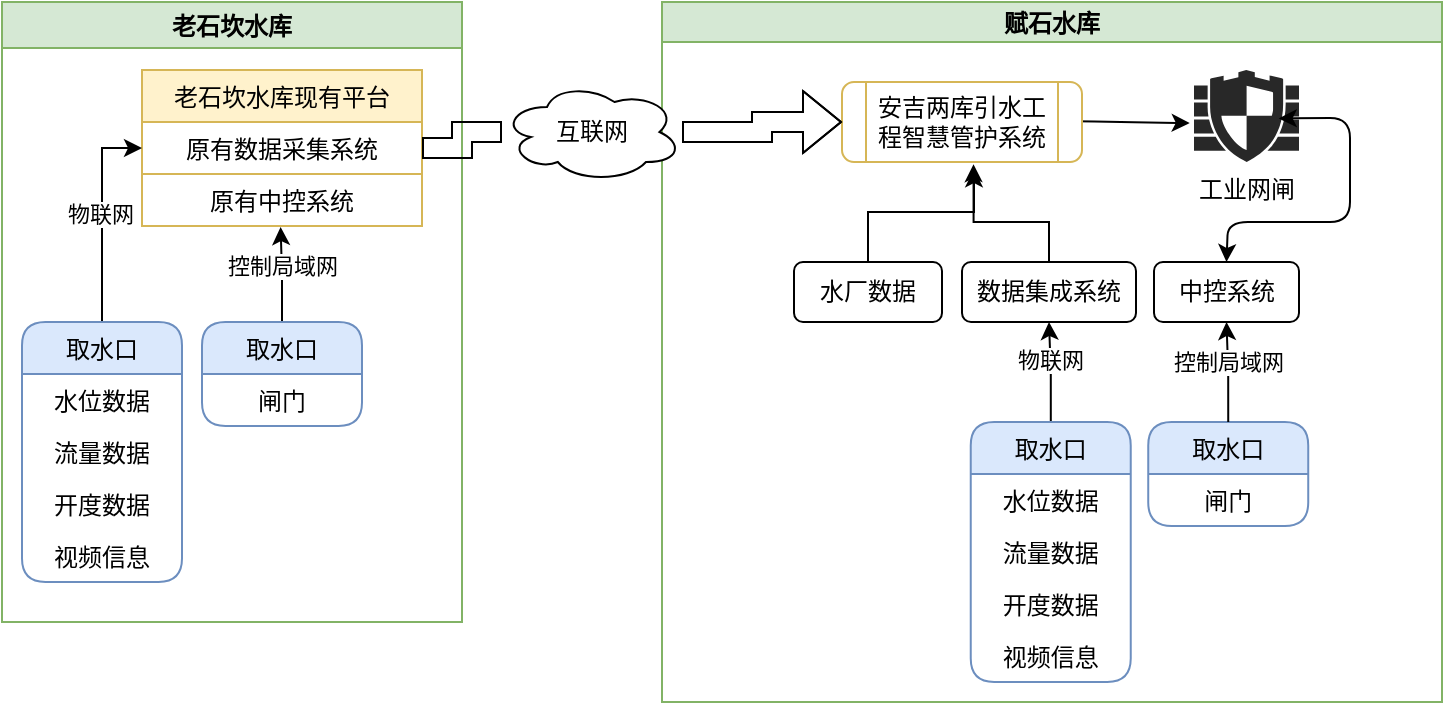
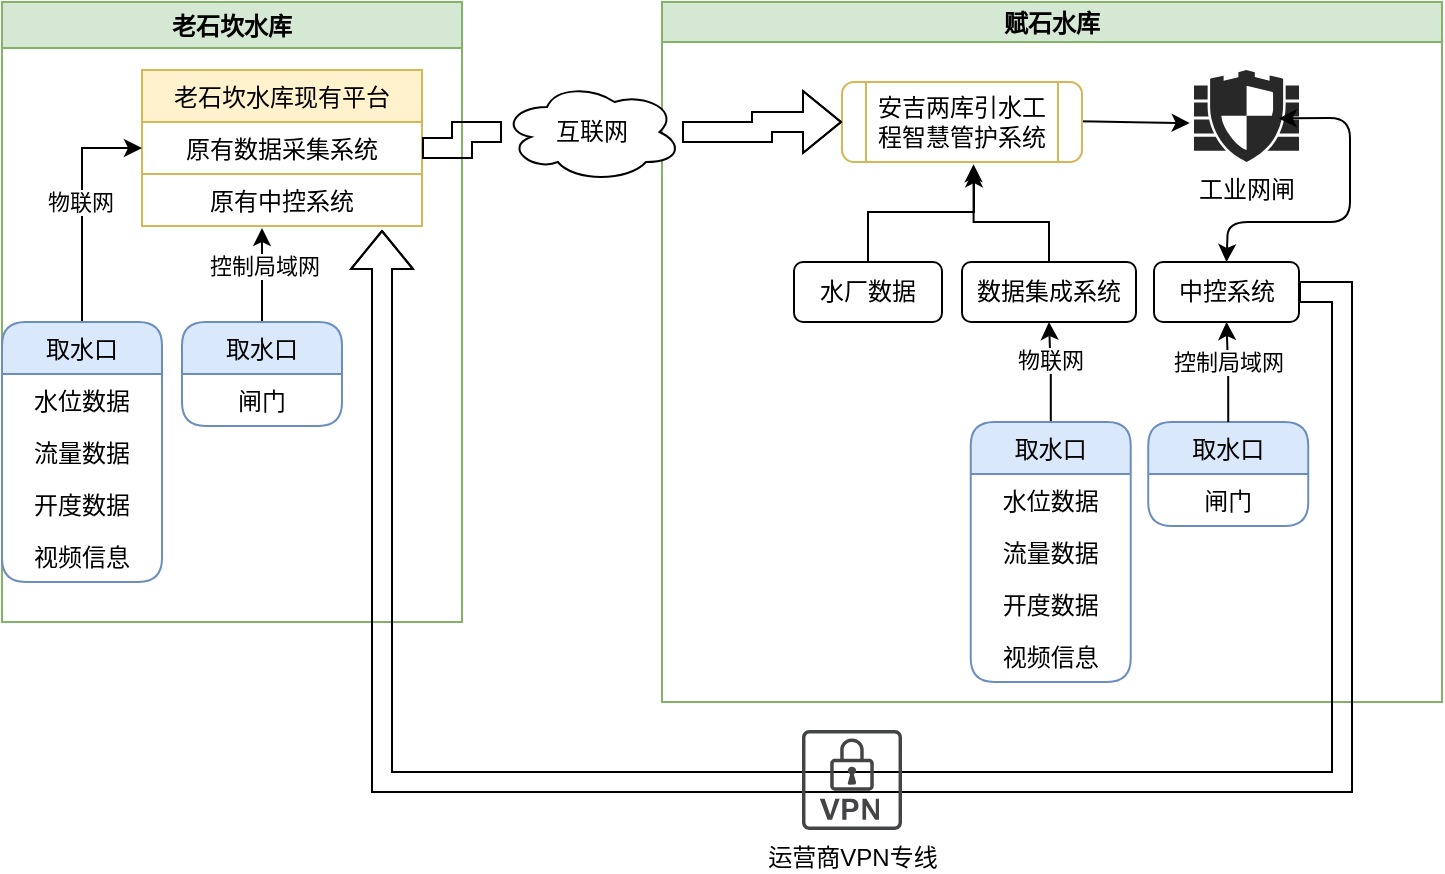
- <mxfile host="app.diagrams.net" modified="2021-09-18T05:45:09.863Z" agent="5.0 (Windows NT 10.0; Win64; x64) AppleWebKit/537.36 (KHTML, like Gecko) Chrome/93.0.4577.82 Safari/537.36 Edg/93.0.961.52" etag="7y-7q9VRdvFOwpdavUjz" version="14.8.0" type="github">
+ <mxfile host="app.diagrams.net" modified="2021-09-18T05:51:11.184Z" agent="5.0 (Windows NT 10.0; Win64; x64) AppleWebKit/537.36 (KHTML, like Gecko) Chrome/93.0.4577.82 Safari/537.36 Edg/93.0.961.52" etag="nE6zg3jwfOT10ObgcTVN" version="14.8.0" type="github">
  <diagram id="v89iMYd2DjBNGdAJLiYk" name="Page-1">
-     <mxGraphModel dx="683" dy="363" grid="1" gridSize="10" guides="1" tooltips="1" connect="1" arrows="1" fold="1" page="1" pageScale="1" pageWidth="827" pageHeight="1169" math="0" shadow="0">
+     <mxGraphModel dx="964" dy="513" grid="1" gridSize="10" guides="1" tooltips="1" connect="1" arrows="1" fold="1" page="1" pageScale="1" pageWidth="827" pageHeight="1169" math="0" shadow="0">
      <root>
        <mxCell id="0" />
        <mxCell id="1" parent="0" />
        <mxCell id="1meufm5pPCAuNKvldUBH-1" value="老石坎水库" style="swimlane;fillColor=#d5e8d4;strokeColor=#82b366;" parent="1" vertex="1">
          <mxGeometry x="60" y="130" width="230" height="310" as="geometry">
            <mxRectangle x="150" y="130" width="90" height="23" as="alternateBounds" />
          </mxGeometry>
        </mxCell>
        <mxCell id="rkCiEfMvTKPaeprXMYrk-80" value="老石坎水库现有平台" style="swimlane;fontStyle=0;childLayout=stackLayout;horizontal=1;startSize=26;horizontalStack=0;resizeParent=1;resizeParentMax=0;resizeLast=0;collapsible=1;marginBottom=0;swimlaneLine=1;rounded=0;shadow=0;sketch=0;glass=0;swimlaneFillColor=none;fillColor=#fff2cc;strokeColor=#d6b656;" vertex="1" parent="1meufm5pPCAuNKvldUBH-1">
          <mxGeometry x="70" y="34" width="140" height="78" as="geometry">
            <mxRectangle x="108.75" y="220" width="70" height="26" as="alternateBounds" />
          </mxGeometry>
        </mxCell>
        <mxCell id="rkCiEfMvTKPaeprXMYrk-81" value="原有数据采集系统" style="text;fillColor=none;align=center;verticalAlign=top;spacingLeft=4;spacingRight=4;overflow=hidden;rotatable=0;points=[[0,0.5],[1,0.5]];portConstraint=eastwest;rounded=0;glass=0;shadow=0;strokeColor=#D6B656;" vertex="1" parent="rkCiEfMvTKPaeprXMYrk-80">
          <mxGeometry y="26" width="140" height="26" as="geometry" />
        </mxCell>
        <mxCell id="rkCiEfMvTKPaeprXMYrk-82" value="原有中控系统" style="text;fillColor=none;align=center;verticalAlign=top;spacingLeft=4;spacingRight=4;overflow=hidden;rotatable=0;points=[[0,0.5],[1,0.5]];portConstraint=eastwest;imageAspect=1;" vertex="1" parent="rkCiEfMvTKPaeprXMYrk-80">
          <mxGeometry y="52" width="140" height="26" as="geometry" />
        </mxCell>
        <mxCell id="rkCiEfMvTKPaeprXMYrk-88" style="edgeStyle=orthogonalEdgeStyle;rounded=0;orthogonalLoop=1;jettySize=auto;html=1;entryX=0;entryY=0.5;entryDx=0;entryDy=0;" edge="1" parent="1meufm5pPCAuNKvldUBH-1" source="rkCiEfMvTKPaeprXMYrk-75" target="rkCiEfMvTKPaeprXMYrk-81">
          <mxGeometry relative="1" as="geometry" />
        </mxCell>
        <mxCell id="rkCiEfMvTKPaeprXMYrk-95" value="物联网" style="edgeLabel;html=1;align=center;verticalAlign=middle;resizable=0;points=[];" vertex="1" connectable="0" parent="rkCiEfMvTKPaeprXMYrk-88">
          <mxGeometry x="0.0218" y="1" relative="1" as="geometry">
            <mxPoint as="offset" />
          </mxGeometry>
        </mxCell>
        <mxCell id="rkCiEfMvTKPaeprXMYrk-75" value="取水口" style="swimlane;fontStyle=0;childLayout=stackLayout;horizontal=1;startSize=26;horizontalStack=0;resizeParent=1;resizeParentMax=0;resizeLast=0;collapsible=1;marginBottom=0;swimlaneLine=1;rounded=1;shadow=0;sketch=0;glass=0;swimlaneFillColor=none;fillColor=#dae8fc;strokeColor=#6c8ebf;" vertex="1" parent="1meufm5pPCAuNKvldUBH-1">
-           <mxGeometry x="10" y="160" width="80" height="130" as="geometry">
+           <mxGeometry y="160" width="80" height="130" as="geometry">
            <mxRectangle x="400" y="410" width="70" height="26" as="alternateBounds" />
          </mxGeometry>
        </mxCell>
        <mxCell id="rkCiEfMvTKPaeprXMYrk-76" value="水位数据" style="text;strokeColor=none;fillColor=none;align=center;verticalAlign=top;spacingLeft=4;spacingRight=4;overflow=hidden;rotatable=0;points=[[0,0.5],[1,0.5]];portConstraint=eastwest;" vertex="1" parent="rkCiEfMvTKPaeprXMYrk-75">
          <mxGeometry y="26" width="80" height="26" as="geometry" />
        </mxCell>
        <mxCell id="rkCiEfMvTKPaeprXMYrk-77" value="流量数据" style="text;strokeColor=none;fillColor=none;align=center;verticalAlign=top;spacingLeft=4;spacingRight=4;overflow=hidden;rotatable=0;points=[[0,0.5],[1,0.5]];portConstraint=eastwest;" vertex="1" parent="rkCiEfMvTKPaeprXMYrk-75">
          <mxGeometry y="52" width="80" height="26" as="geometry" />
        </mxCell>
        <mxCell id="rkCiEfMvTKPaeprXMYrk-78" value="开度数据" style="text;strokeColor=none;fillColor=none;align=center;verticalAlign=top;spacingLeft=4;spacingRight=4;overflow=hidden;rotatable=0;points=[[0,0.5],[1,0.5]];portConstraint=eastwest;" vertex="1" parent="rkCiEfMvTKPaeprXMYrk-75">
          <mxGeometry y="78" width="80" height="26" as="geometry" />
        </mxCell>
        <mxCell id="rkCiEfMvTKPaeprXMYrk-79" value="视频信息" style="text;strokeColor=none;fillColor=none;align=center;verticalAlign=top;spacingLeft=4;spacingRight=4;overflow=hidden;rotatable=0;points=[[0,0.5],[1,0.5]];portConstraint=eastwest;" vertex="1" parent="rkCiEfMvTKPaeprXMYrk-75">
          <mxGeometry y="104" width="80" height="26" as="geometry" />
        </mxCell>
-         <mxCell id="rkCiEfMvTKPaeprXMYrk-87" style="edgeStyle=orthogonalEdgeStyle;rounded=0;orthogonalLoop=1;jettySize=auto;html=1;entryX=0.495;entryY=1.021;entryDx=0;entryDy=0;entryPerimeter=0;" edge="1" parent="1meufm5pPCAuNKvldUBH-1" source="rkCiEfMvTKPaeprXMYrk-73" target="rkCiEfMvTKPaeprXMYrk-82">
-           <mxGeometry relative="1" as="geometry" />
+         <mxCell id="rkCiEfMvTKPaeprXMYrk-87" style="edgeStyle=orthogonalEdgeStyle;rounded=0;orthogonalLoop=1;jettySize=auto;html=1;" edge="1" parent="1meufm5pPCAuNKvldUBH-1" source="rkCiEfMvTKPaeprXMYrk-73">
+           <mxGeometry relative="1" as="geometry">
+             <mxPoint x="130" y="113" as="targetPoint" />
+           </mxGeometry>
        </mxCell>
        <mxCell id="rkCiEfMvTKPaeprXMYrk-97" value="控制局域网" style="edgeLabel;html=1;align=center;verticalAlign=middle;resizable=0;points=[];" vertex="1" connectable="0" parent="rkCiEfMvTKPaeprXMYrk-87">
          <mxGeometry x="0.205" relative="1" as="geometry">
            <mxPoint as="offset" />
          </mxGeometry>
        </mxCell>
        <mxCell id="rkCiEfMvTKPaeprXMYrk-73" value="取水口" style="swimlane;fontStyle=0;childLayout=stackLayout;horizontal=1;startSize=26;horizontalStack=0;resizeParent=1;resizeParentMax=0;resizeLast=0;collapsible=1;marginBottom=0;swimlaneLine=1;rounded=1;shadow=0;sketch=0;glass=0;swimlaneFillColor=none;fillColor=#dae8fc;strokeColor=#6c8ebf;" vertex="1" parent="1meufm5pPCAuNKvldUBH-1">
-           <mxGeometry x="100" y="160" width="80" height="52" as="geometry">
+           <mxGeometry x="90" y="160" width="80" height="52" as="geometry">
            <mxRectangle x="400" y="410" width="70" height="26" as="alternateBounds" />
          </mxGeometry>
        </mxCell>
        <mxCell id="rkCiEfMvTKPaeprXMYrk-74" value="闸门" style="text;strokeColor=none;fillColor=none;align=center;verticalAlign=top;spacingLeft=4;spacingRight=4;overflow=hidden;rotatable=0;points=[[0,0.5],[1,0.5]];portConstraint=eastwest;" vertex="1" parent="rkCiEfMvTKPaeprXMYrk-73">
          <mxGeometry y="26" width="80" height="26" as="geometry" />
        </mxCell>
        <mxCell id="1meufm5pPCAuNKvldUBH-6" value="赋石水库" style="swimlane;startSize=20;horizontal=1;containerType=tree;newEdgeStyle={&quot;edgeStyle&quot;:&quot;elbowEdgeStyle&quot;,&quot;startArrow&quot;:&quot;none&quot;,&quot;endArrow&quot;:&quot;none&quot;};fillColor=#d5e8d4;strokeColor=#82b366;" parent="1" vertex="1">
          <mxGeometry x="390" y="130" width="390" height="350" as="geometry" />
        </mxCell>
        <mxCell id="1meufm5pPCAuNKvldUBH-12" value="中控系统" style="rounded=1;whiteSpace=wrap;html=1;" parent="1meufm5pPCAuNKvldUBH-6" vertex="1">
          <mxGeometry x="246" y="130" width="72.5" height="30" as="geometry" />
        </mxCell>
        <mxCell id="rkCiEfMvTKPaeprXMYrk-26" value="工业网闸" style="verticalLabelPosition=bottom;html=1;fillColor=#282828;strokeColor=none;verticalAlign=top;pointerEvents=1;align=center;shape=mxgraph.cisco_safe.security_icons.ngfw;sketch=0;" vertex="1" parent="1meufm5pPCAuNKvldUBH-6">
          <mxGeometry x="266" y="34" width="52.5" height="46" as="geometry" />
        </mxCell>
        <mxCell id="rkCiEfMvTKPaeprXMYrk-32" value="" style="endArrow=classic;startArrow=classic;html=1;entryX=-0.041;entryY=0.577;entryDx=0;entryDy=0;entryPerimeter=0;" edge="1" parent="1meufm5pPCAuNKvldUBH-6" target="rkCiEfMvTKPaeprXMYrk-26">
          <mxGeometry width="50" height="50" relative="1" as="geometry">
            <mxPoint x="200" y="59.5" as="sourcePoint" />
            <mxPoint x="246" y="40" as="targetPoint" />
            <Array as="points">
              <mxPoint x="226" y="60" />
            </Array>
          </mxGeometry>
        </mxCell>
        <mxCell id="rkCiEfMvTKPaeprXMYrk-33" value="" style="endArrow=classic;startArrow=classic;html=1;jumpSize=6;entryX=0.807;entryY=0.526;entryDx=0;entryDy=0;entryPerimeter=0;exitX=0.5;exitY=0;exitDx=0;exitDy=0;" edge="1" parent="1meufm5pPCAuNKvldUBH-6" source="1meufm5pPCAuNKvldUBH-12" target="rkCiEfMvTKPaeprXMYrk-26">
          <mxGeometry width="50" height="50" relative="1" as="geometry">
            <mxPoint x="242.25" y="194.5" as="sourcePoint" />
            <mxPoint x="301" y="100" as="targetPoint" />
            <Array as="points">
              <mxPoint x="283" y="110" />
              <mxPoint x="344" y="110" />
              <mxPoint x="344" y="58" />
            </Array>
          </mxGeometry>
        </mxCell>
        <mxCell id="rkCiEfMvTKPaeprXMYrk-6" value="取水口" style="swimlane;fontStyle=0;childLayout=stackLayout;horizontal=1;startSize=26;horizontalStack=0;resizeParent=1;resizeParentMax=0;resizeLast=0;collapsible=1;marginBottom=0;swimlaneLine=1;rounded=1;shadow=0;sketch=0;glass=0;swimlaneFillColor=none;fillColor=#dae8fc;strokeColor=#6c8ebf;" vertex="1" parent="1meufm5pPCAuNKvldUBH-6">
          <mxGeometry x="243.12" y="210" width="80" height="52" as="geometry">
            <mxRectangle x="400" y="410" width="70" height="26" as="alternateBounds" />
          </mxGeometry>
        </mxCell>
        <mxCell id="rkCiEfMvTKPaeprXMYrk-7" value="闸门" style="text;strokeColor=none;fillColor=none;align=center;verticalAlign=top;spacingLeft=4;spacingRight=4;overflow=hidden;rotatable=0;points=[[0,0.5],[1,0.5]];portConstraint=eastwest;" vertex="1" parent="rkCiEfMvTKPaeprXMYrk-6">
          <mxGeometry y="26" width="80" height="26" as="geometry" />
        </mxCell>
        <mxCell id="rkCiEfMvTKPaeprXMYrk-11" value="" style="edgeStyle=orthogonalEdgeStyle;rounded=0;orthogonalLoop=1;jettySize=auto;html=1;exitX=0.5;exitY=0;exitDx=0;exitDy=0;" edge="1" parent="1meufm5pPCAuNKvldUBH-6" source="rkCiEfMvTKPaeprXMYrk-6" target="1meufm5pPCAuNKvldUBH-12">
          <mxGeometry relative="1" as="geometry">
            <Array as="points" />
          </mxGeometry>
        </mxCell>
        <mxCell id="rkCiEfMvTKPaeprXMYrk-13" value="控制局域网" style="edgeLabel;html=1;align=center;verticalAlign=middle;resizable=0;points=[];" vertex="1" connectable="0" parent="rkCiEfMvTKPaeprXMYrk-11">
          <mxGeometry x="0.2444" relative="1" as="geometry">
            <mxPoint as="offset" />
          </mxGeometry>
        </mxCell>
        <mxCell id="rkCiEfMvTKPaeprXMYrk-67" style="edgeStyle=orthogonalEdgeStyle;rounded=0;orthogonalLoop=1;jettySize=auto;html=1;entryX=0.5;entryY=1;entryDx=0;entryDy=0;" edge="1" parent="1meufm5pPCAuNKvldUBH-6" source="1meufm5pPCAuNKvldUBH-21" target="rkCiEfMvTKPaeprXMYrk-45">
          <mxGeometry relative="1" as="geometry" />
        </mxCell>
        <mxCell id="rkCiEfMvTKPaeprXMYrk-69" value="物联网" style="edgeLabel;html=1;align=center;verticalAlign=middle;resizable=0;points=[];" vertex="1" connectable="0" parent="rkCiEfMvTKPaeprXMYrk-67">
          <mxGeometry x="0.2649" relative="1" as="geometry">
            <mxPoint as="offset" />
          </mxGeometry>
        </mxCell>
        <mxCell id="1meufm5pPCAuNKvldUBH-21" value="取水口" style="swimlane;fontStyle=0;childLayout=stackLayout;horizontal=1;startSize=26;horizontalStack=0;resizeParent=1;resizeParentMax=0;resizeLast=0;collapsible=1;marginBottom=0;swimlaneLine=1;rounded=1;shadow=0;sketch=0;glass=0;swimlaneFillColor=none;fillColor=#dae8fc;strokeColor=#6c8ebf;" parent="1meufm5pPCAuNKvldUBH-6" vertex="1">
          <mxGeometry x="154.37" y="210" width="80" height="130" as="geometry">
            <mxRectangle x="400" y="410" width="70" height="26" as="alternateBounds" />
          </mxGeometry>
        </mxCell>
        <mxCell id="1meufm5pPCAuNKvldUBH-22" value="水位数据" style="text;strokeColor=none;fillColor=none;align=center;verticalAlign=top;spacingLeft=4;spacingRight=4;overflow=hidden;rotatable=0;points=[[0,0.5],[1,0.5]];portConstraint=eastwest;" parent="1meufm5pPCAuNKvldUBH-21" vertex="1">
          <mxGeometry y="26" width="80" height="26" as="geometry" />
        </mxCell>
        <mxCell id="1meufm5pPCAuNKvldUBH-23" value="流量数据" style="text;strokeColor=none;fillColor=none;align=center;verticalAlign=top;spacingLeft=4;spacingRight=4;overflow=hidden;rotatable=0;points=[[0,0.5],[1,0.5]];portConstraint=eastwest;" parent="1meufm5pPCAuNKvldUBH-21" vertex="1">
          <mxGeometry y="52" width="80" height="26" as="geometry" />
        </mxCell>
        <mxCell id="1meufm5pPCAuNKvldUBH-24" value="开度数据" style="text;strokeColor=none;fillColor=none;align=center;verticalAlign=top;spacingLeft=4;spacingRight=4;overflow=hidden;rotatable=0;points=[[0,0.5],[1,0.5]];portConstraint=eastwest;" parent="1meufm5pPCAuNKvldUBH-21" vertex="1">
          <mxGeometry y="78" width="80" height="26" as="geometry" />
        </mxCell>
        <mxCell id="rkCiEfMvTKPaeprXMYrk-2" value="视频信息" style="text;strokeColor=none;fillColor=none;align=center;verticalAlign=top;spacingLeft=4;spacingRight=4;overflow=hidden;rotatable=0;points=[[0,0.5],[1,0.5]];portConstraint=eastwest;" vertex="1" parent="1meufm5pPCAuNKvldUBH-21">
          <mxGeometry y="104" width="80" height="26" as="geometry" />
        </mxCell>
        <mxCell id="rkCiEfMvTKPaeprXMYrk-68" style="edgeStyle=orthogonalEdgeStyle;rounded=0;orthogonalLoop=1;jettySize=auto;html=1;exitX=0.5;exitY=0;exitDx=0;exitDy=0;entryX=0.548;entryY=1.027;entryDx=0;entryDy=0;entryPerimeter=0;" edge="1" parent="1meufm5pPCAuNKvldUBH-6" source="rkCiEfMvTKPaeprXMYrk-45" target="rkCiEfMvTKPaeprXMYrk-98">
          <mxGeometry relative="1" as="geometry">
            <mxPoint x="194" y="90" as="targetPoint" />
            <Array as="points">
              <mxPoint x="194" y="110" />
              <mxPoint x="156" y="110" />
            </Array>
          </mxGeometry>
        </mxCell>
        <mxCell id="rkCiEfMvTKPaeprXMYrk-45" value="数据集成系统" style="rounded=1;whiteSpace=wrap;html=1;" vertex="1" parent="1meufm5pPCAuNKvldUBH-6">
          <mxGeometry x="150" y="130" width="87" height="30" as="geometry" />
        </mxCell>
        <mxCell id="rkCiEfMvTKPaeprXMYrk-101" style="edgeStyle=orthogonalEdgeStyle;rounded=0;orthogonalLoop=1;jettySize=auto;html=1;entryX=0.55;entryY=1.09;entryDx=0;entryDy=0;entryPerimeter=0;" edge="1" parent="1meufm5pPCAuNKvldUBH-6" source="rkCiEfMvTKPaeprXMYrk-70" target="rkCiEfMvTKPaeprXMYrk-98">
          <mxGeometry relative="1" as="geometry" />
        </mxCell>
        <mxCell id="rkCiEfMvTKPaeprXMYrk-70" value="水厂数据" style="rounded=1;whiteSpace=wrap;html=1;" vertex="1" parent="1meufm5pPCAuNKvldUBH-6">
          <mxGeometry x="66" y="130" width="74" height="30" as="geometry" />
        </mxCell>
        <mxCell id="rkCiEfMvTKPaeprXMYrk-98" value="安吉两库引水工程智慧管护系统" style="shape=process;whiteSpace=wrap;html=1;backgroundOutline=1;rounded=1;shadow=0;glass=0;sketch=0;strokeColor=#D6B656;" vertex="1" parent="1meufm5pPCAuNKvldUBH-6">
          <mxGeometry x="90" y="40" width="120" height="40" as="geometry" />
        </mxCell>
        <mxCell id="rkCiEfMvTKPaeprXMYrk-116" style="edgeStyle=orthogonalEdgeStyle;rounded=0;orthogonalLoop=1;jettySize=auto;html=1;entryX=0;entryY=0.5;entryDx=0;entryDy=0;shape=flexArrow;startArrow=none;" edge="1" parent="1" source="rkCiEfMvTKPaeprXMYrk-113" target="rkCiEfMvTKPaeprXMYrk-98">
          <mxGeometry relative="1" as="geometry" />
        </mxCell>
        <mxCell id="rkCiEfMvTKPaeprXMYrk-113" value="互联网" style="ellipse;shape=cloud;whiteSpace=wrap;html=1;align=center;rounded=1;shadow=0;glass=0;sketch=0;" vertex="1" parent="1">
          <mxGeometry x="310" y="170" width="90" height="50" as="geometry" />
        </mxCell>
        <mxCell id="rkCiEfMvTKPaeprXMYrk-117" value="" style="edgeStyle=orthogonalEdgeStyle;rounded=0;orthogonalLoop=1;jettySize=auto;html=1;entryX=0;entryY=0.5;entryDx=0;entryDy=0;shape=flexArrow;endArrow=none;" edge="1" parent="1" source="rkCiEfMvTKPaeprXMYrk-81" target="rkCiEfMvTKPaeprXMYrk-113">
          <mxGeometry relative="1" as="geometry">
            <mxPoint x="270" y="203" as="sourcePoint" />
            <mxPoint x="480" y="189.99999999999994" as="targetPoint" />
          </mxGeometry>
        </mxCell>
+         <mxCell id="rkCiEfMvTKPaeprXMYrk-118" style="edgeStyle=orthogonalEdgeStyle;shape=flexArrow;rounded=0;orthogonalLoop=1;jettySize=auto;html=1;" edge="1" parent="1" source="1meufm5pPCAuNKvldUBH-12">
+           <mxGeometry relative="1" as="geometry">
+             <mxPoint x="250" y="244" as="targetPoint" />
+             <Array as="points">
+               <mxPoint x="730" y="275" />
+               <mxPoint x="730" y="520" />
+               <mxPoint x="250" y="520" />
+               <mxPoint x="250" y="244" />
+             </Array>
+           </mxGeometry>
+         </mxCell>
+         <mxCell id="rkCiEfMvTKPaeprXMYrk-121" value="运营商VPN专线" style="pointerEvents=1;shadow=0;dashed=0;html=1;strokeColor=none;fillColor=#434445;aspect=fixed;labelPosition=center;verticalLabelPosition=bottom;verticalAlign=top;align=center;outlineConnect=0;shape=mxgraph.vvd.vpn;rounded=1;glass=0;sketch=0;" vertex="1" parent="1">
+           <mxGeometry x="460" y="494" width="50" height="50" as="geometry" />
+         </mxCell>
      </root>
    </mxGraphModel>
  </diagram>
</mxfile>
